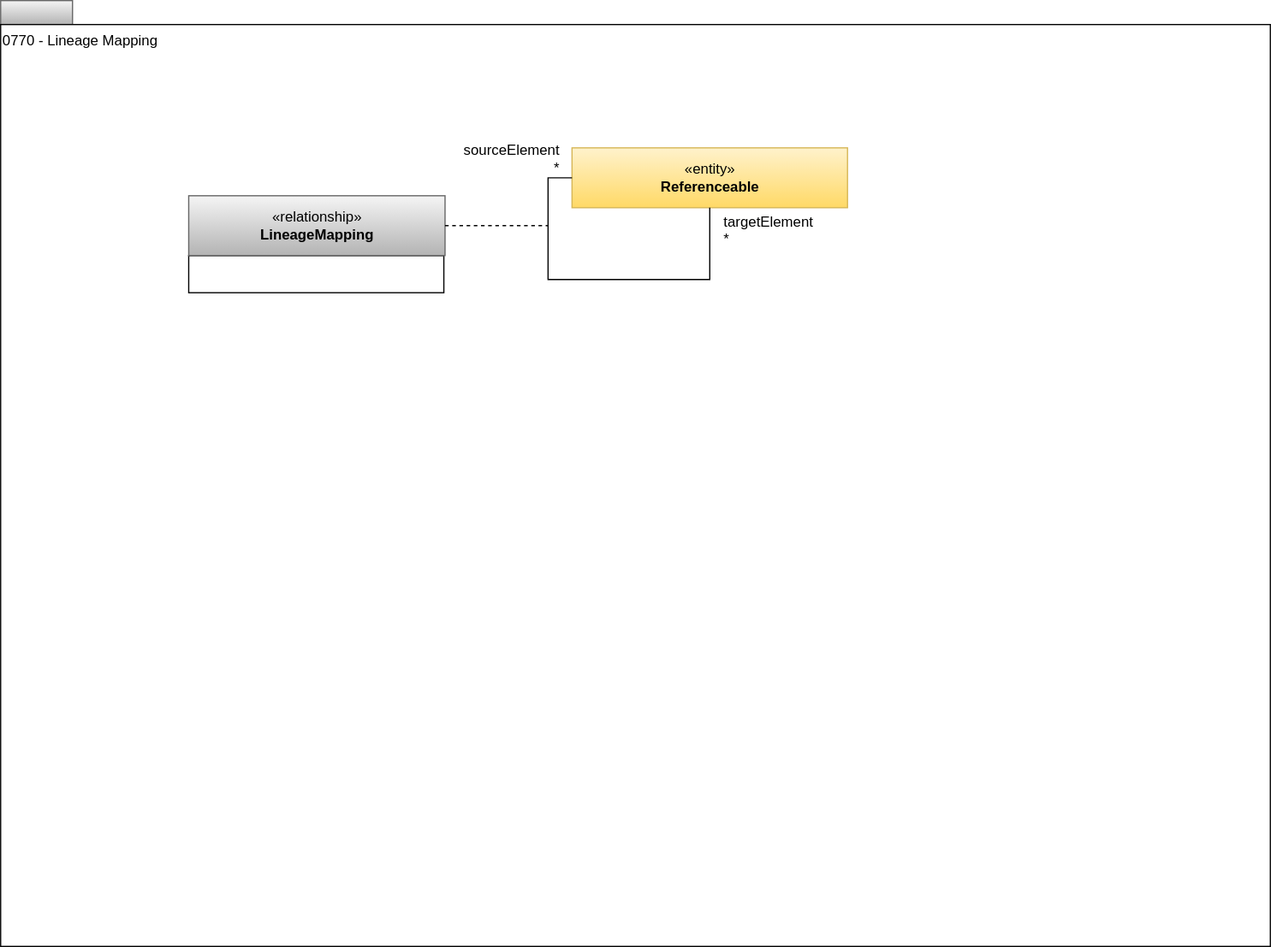
This is site/docs/types/7/0770-Lineage-Mapping.svg from odpi/egeria-docs, a draw.io export, as it was before one commit. Source tidied: cells renumbered, new cells last; positions are measured from the earlier drawing's top-left corner, leaving out a move shared by most shapes. Source of this version:
```xml
<mxGraphModel>
  <root>
    <mxCell id="0" />
    <mxCell id="1" parent="0" />
    <mxCell id="2" style="rounded=0;whiteSpace=wrap;html=1;align=left;fillColor=#f5f5f5;strokeColor=#666666;gradientColor=#b3b3b3;" parent="1" vertex="1">
      <mxGeometry width="60" height="20" as="geometry" />
    </mxCell>
    <mxCell id="3" value="0770 - Lineage Mapping" style="rounded=0;whiteSpace=wrap;html=1;align=left;verticalAlign=top;" parent="1" vertex="1">
      <mxGeometry y="20" width="1060" height="770" as="geometry" />
    </mxCell>
    <mxCell id="4" value="«entity»&lt;br&gt;&lt;b&gt;Referenceable&lt;/b&gt;" style="html=1;strokeColor=#d6b656;align=center;fillColor=#fff2cc;gradientColor=#ffd966;" parent="1" vertex="1">
      <mxGeometry x="477" y="123" width="230" height="50" as="geometry" />
    </mxCell>
    <mxCell id="5" value="&lt;div style=&quot;text-align: left&quot;&gt;&lt;br&gt;&lt;/div&gt;" style="rounded=0;whiteSpace=wrap;html=1;strokeColor=#000000;gradientColor=#ffffff;align=left;" parent="1" vertex="1">
      <mxGeometry x="157" y="213" width="213" height="31" as="geometry" />
    </mxCell>
    <mxCell id="6" value="«relationship»&lt;br&gt;&lt;b&gt;LineageMapping&lt;/b&gt;" style="html=1;strokeColor=#666666;align=center;fillColor=#f5f5f5;gradientColor=#b3b3b3;" parent="1" vertex="1">
      <mxGeometry x="157" y="163" width="214" height="50" as="geometry" />
    </mxCell>
    <mxCell id="7" style="endArrow=none;dashed=1;html=1;exitX=1;exitY=0.5;exitDx=0;exitDy=0;" parent="1" edge="1" source="6">
      <mxGeometry relative="1" as="geometry">
        <mxPoint x="457" y="188" as="targetPoint" />
      </mxGeometry>
    </mxCell>
    <mxCell id="8" style="edgeStyle=orthogonalEdgeStyle;rounded=0;orthogonalLoop=1;jettySize=auto;html=1;exitX=0;exitY=0.5;exitDx=0;exitDy=0;endArrow=none;endFill=0;" parent="1" edge="1" source="4" target="4">
      <mxGeometry relative="1" as="geometry">
        <Array as="points">
          <mxPoint x="457" y="148" />
          <mxPoint x="457" y="233" />
          <mxPoint x="592" y="233" />
        </Array>
      </mxGeometry>
    </mxCell>
    <mxCell id="9" value="targetElement&lt;br style=&quot;font-size: 12px;&quot;&gt;*" style="html=1;align=left;verticalAlign=bottom;labelBackgroundColor=#ffffff;fontSize=12;" parent="1" vertex="1">
      <mxGeometry x="592" y="173" as="geometry">
        <mxPoint x="10" y="35" as="offset" />
      </mxGeometry>
    </mxCell>
    <mxCell id="10" value="sourceElement&lt;br style=&quot;font-size: 12px;&quot;&gt;*" style="html=1;align=right;verticalAlign=bottom;labelBackgroundColor=#ffffff;fontSize=12;" parent="1" vertex="1">
      <mxGeometry x="477" y="148" as="geometry">
        <mxPoint x="-10" as="offset" />
      </mxGeometry>
    </mxCell>
  </root>
</mxGraphModel>
```
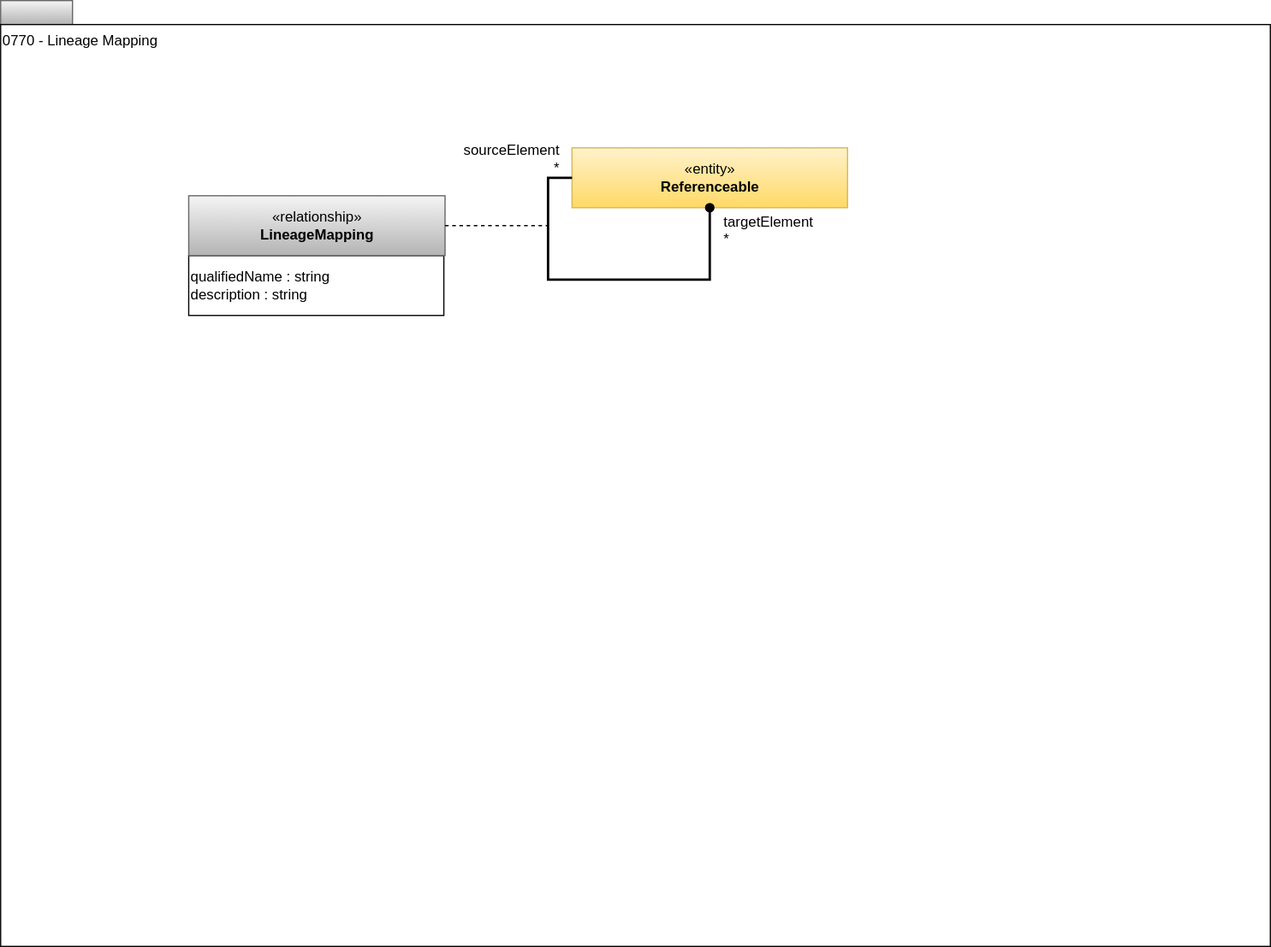
Above is the later version.

What changed in the source:
```diff
@@ -11,8 +11,8 @@
     <mxCell id="4" value="«entity»&lt;br&gt;&lt;b&gt;Referenceable&lt;/b&gt;" style="html=1;strokeColor=#d6b656;align=center;fillColor=#fff2cc;gradientColor=#ffd966;" parent="1" vertex="1">
       <mxGeometry x="477" y="123" width="230" height="50" as="geometry" />
     </mxCell>
-    <mxCell id="5" value="&lt;div style=&quot;text-align: left&quot;&gt;&lt;br&gt;&lt;/div&gt;" style="rounded=0;whiteSpace=wrap;html=1;strokeColor=#000000;gradientColor=#ffffff;align=left;" parent="1" vertex="1">
-      <mxGeometry x="157" y="213" width="213" height="31" as="geometry" />
+    <mxCell id="5" value="&lt;div style=&quot;text-align: left&quot;&gt;qualifiedName : string&lt;br&gt;description : string&lt;br&gt;&lt;/div&gt;" style="rounded=0;whiteSpace=wrap;html=1;strokeColor=#000000;gradientColor=#ffffff;align=left;" parent="1" vertex="1">
+      <mxGeometry x="157" y="213" width="213" height="50" as="geometry" />
     </mxCell>
     <mxCell id="6" value="«relationship»&lt;br&gt;&lt;b&gt;LineageMapping&lt;/b&gt;" style="html=1;strokeColor=#666666;align=center;fillColor=#f5f5f5;gradientColor=#b3b3b3;" parent="1" vertex="1">
       <mxGeometry x="157" y="163" width="214" height="50" as="geometry" />
@@ -22,7 +22,7 @@
         <mxPoint x="457" y="188" as="targetPoint" />
       </mxGeometry>
     </mxCell>
-    <mxCell id="8" style="edgeStyle=orthogonalEdgeStyle;rounded=0;orthogonalLoop=1;jettySize=auto;html=1;exitX=0;exitY=0.5;exitDx=0;exitDy=0;endArrow=none;endFill=0;" parent="1" edge="1" source="4" target="4">
+    <mxCell id="8" style="edgeStyle=orthogonalEdgeStyle;rounded=0;orthogonalLoop=1;jettySize=auto;html=1;exitX=0;exitY=0.5;exitDx=0;exitDy=0;endArrow=oval;endFill=1;strokeWidth=2;" parent="1" edge="1" source="4" target="4">
       <mxGeometry relative="1" as="geometry">
         <Array as="points">
           <mxPoint x="457" y="148" />
```
